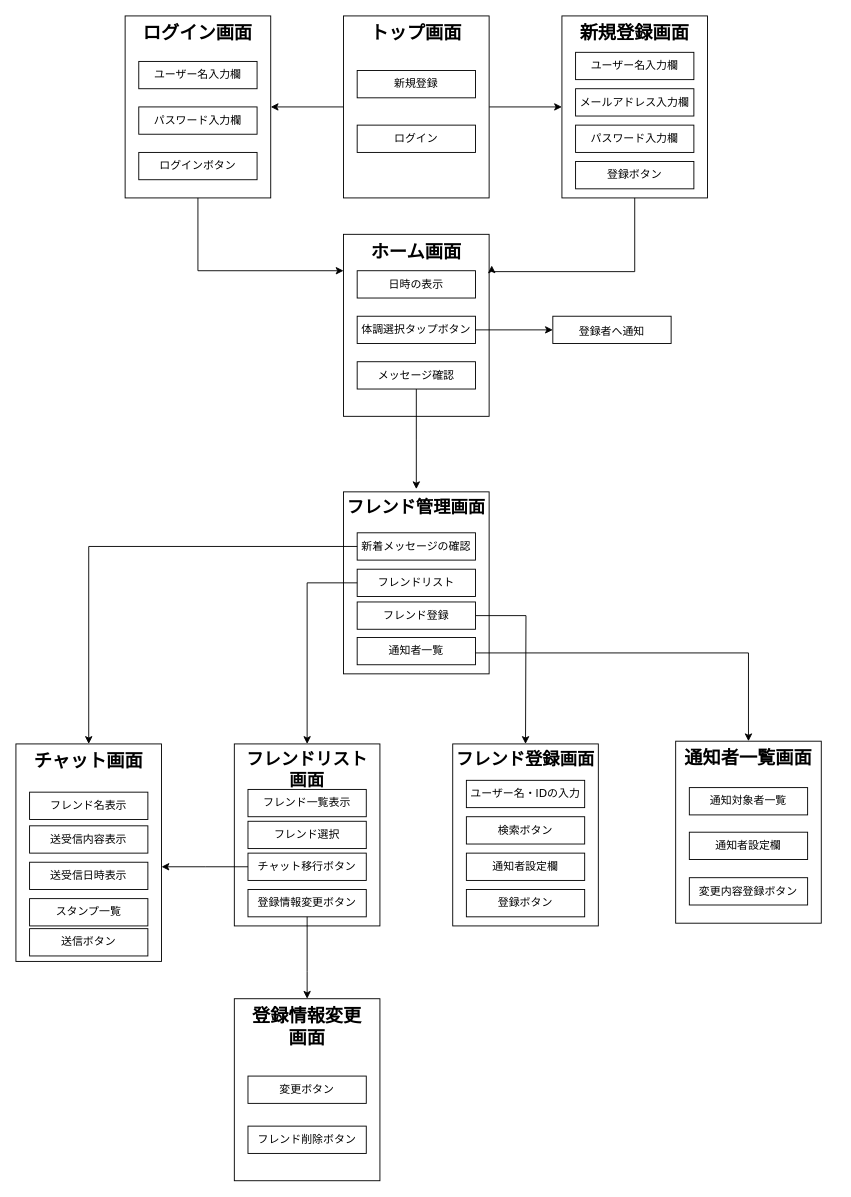
Above: 画面遷移図 .drawio in ht19ssts/- (draw.io), before the change. Source tidied: cells renumbered, new cells numbered last; positions are measured from the earlier drawing's top-left corner, leaving out a move shared by most shapes. Both pictures are drawn from the tidied source at 91%, with x=0, y=0 at pixel (15, 15).
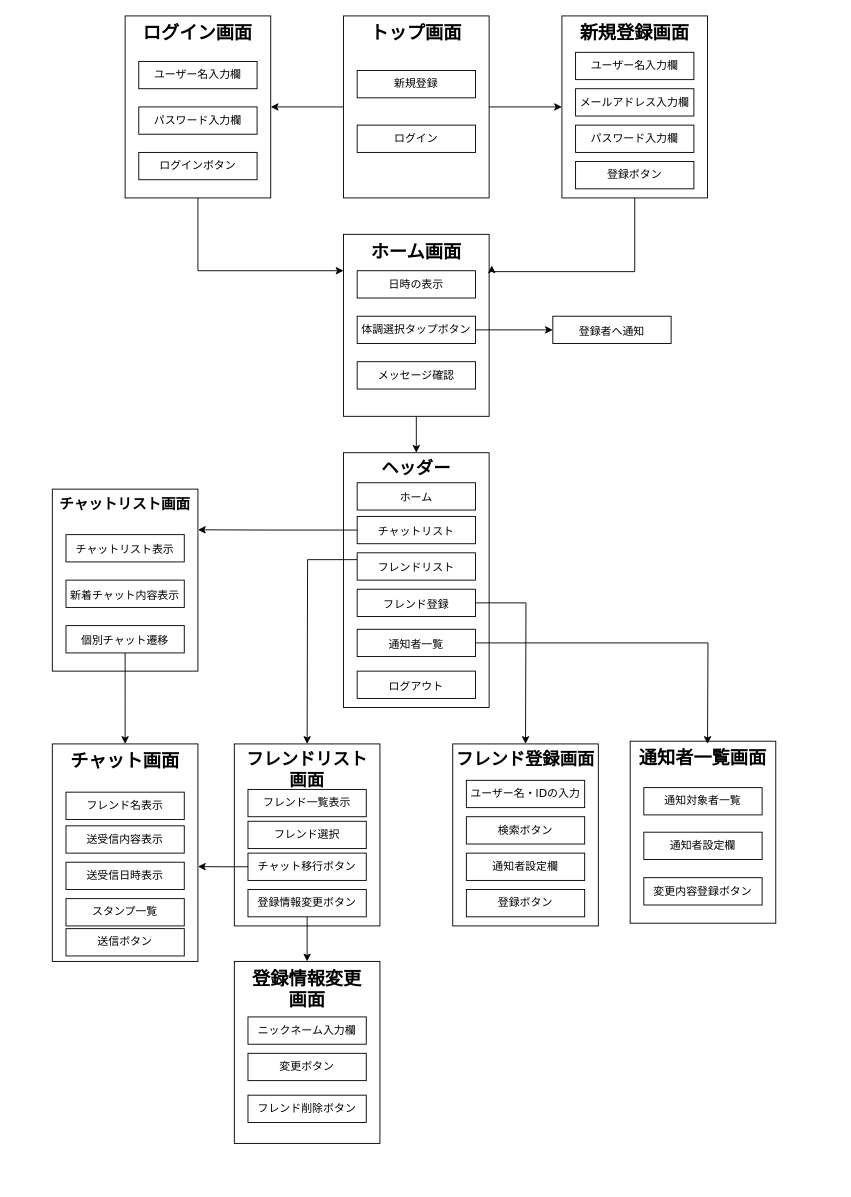
Above is the later version.

Commit message:
画面遷移図 .drawio を更新します

The change refers to these unchanged cells:
```xml
<mxCell id="2" value="&lt;b style=&quot;border-color: var(--border-color); color: rgb(0, 0, 0); font-family: Helvetica; font-style: normal; font-variant-ligatures: normal; font-variant-caps: normal; letter-spacing: normal; orphans: 2; text-indent: 0px; text-transform: none; widows: 2; word-spacing: 0px; -webkit-text-stroke-width: 0px; background-color: initial; text-decoration-thickness: initial; text-decoration-style: initial; text-decoration-color: initial; font-size: 12px; text-align: justify;&quot;&gt;&lt;font style=&quot;border-color: var(--border-color); font-size: 20px;&quot;&gt;ホーム画面&lt;/font&gt;&lt;/b&gt;&lt;br&gt;" style="rounded=0;whiteSpace=wrap;html=1;fontSize=16;verticalAlign=top;" parent="1" vertex="1">
  <mxGeometry x="360" y="240" width="160" height="200" as="geometry" />
</mxCell>
<mxCell id="23" value="メッセージ確認" style="rounded=0;whiteSpace=wrap;html=1;fillColor=#FFFFFF;strokeColor=#000000;" parent="1" vertex="1">
  <mxGeometry x="375" y="380" width="130" height="30" as="geometry" />
</mxCell>
<mxCell id="25" style="group;" parent="24" vertex="1">
  <mxGeometry x="-40" width="160" height="200" as="geometry" />
</mxCell>
<mxCell id="26" value="&lt;b style=&quot;border-color: var(--border-color); font-size: 12px; text-align: justify; background-color: initial;&quot;&gt;&lt;font style=&quot;border-color: var(--border-color); font-size: 20px;&quot;&gt;登録情報変更&lt;br&gt;画面&lt;/font&gt;&lt;/b&gt;" style="rounded=0;whiteSpace=wrap;html=1;fontSize=16;verticalAlign=top;" parent="25" vertex="1">
  <mxGeometry width="160" height="200" as="geometry" />
</mxCell>
<mxCell id="31" value="&lt;div style=&quot;text-align: justify;&quot;&gt;&lt;span style=&quot;background-color: initial; font-size: 20px;&quot;&gt;&lt;b&gt;通知者一覧画面&lt;/b&gt;&lt;/span&gt;&lt;/div&gt;" style="rounded=0;whiteSpace=wrap;html=1;fontSize=16;verticalAlign=top;" parent="30" vertex="1">
  <mxGeometry x="-15" y="10" width="160" height="200" as="geometry" />
</mxCell>
<mxCell id="42" style="group;" parent="1" vertex="1">
  <mxGeometry x="240" y="800" width="160" height="200" as="geometry" />
</mxCell>
<mxCell id="43" value="&lt;div style=&quot;font-size: 19px;&quot;&gt;&lt;font style=&quot;font-size: 19px;&quot;&gt;&lt;b style=&quot;&quot;&gt;フレンド&lt;/b&gt;&lt;b style=&quot;background-color: initial;&quot;&gt;リスト&lt;/b&gt;&lt;/font&gt;&lt;/div&gt;&lt;div style=&quot;font-size: 19px;&quot;&gt;&lt;b style=&quot;background-color: initial;&quot;&gt;&lt;font style=&quot;font-size: 19px;&quot;&gt;画面&lt;/font&gt;&lt;/b&gt;&lt;/div&gt;" style="rounded=0;whiteSpace=wrap;html=1;fontSize=16;verticalAlign=top;align=center;" parent="42" vertex="1">
  <mxGeometry width="160" height="200" as="geometry" />
</mxCell>
<mxCell id="46" value="チャット移行ボタン" style="rounded=0;whiteSpace=wrap;html=1;fillColor=#FFFFFF;strokeColor=#000000;" parent="42" vertex="1">
  <mxGeometry x="15" y="120" width="130" height="30" as="geometry" />
</mxCell>
<mxCell id="47" value="登録情報変更ボタン" style="rounded=0;whiteSpace=wrap;html=1;fillColor=#FFFFFF;strokeColor=#000000;" parent="42" vertex="1">
  <mxGeometry x="15" y="160" width="130" height="30" as="geometry" />
</mxCell>
<mxCell id="55" value="&lt;div style=&quot;text-align: justify;&quot;&gt;&lt;span style=&quot;background-color: initial; font-size: 20px;&quot;&gt;&lt;b&gt;チャット画面&lt;/b&gt;&lt;/span&gt;&lt;/div&gt;" style="rounded=0;whiteSpace=wrap;html=1;fontSize=16;verticalAlign=top;" parent="54" vertex="1">
  <mxGeometry width="160" height="239" as="geometry" />
</mxCell>
```

Diff of the diagram source:
```diff
@@
+    <mxCell id="68" style="edgeStyle=orthogonalEdgeStyle;rounded=0;jettySize=auto;html=1;exitX=0.5;exitY=1;exitDx=0;exitDy=0;entryX=0.5;entryY=0;entryDx=0;entryDy=0;" parent="1" edge="1" source="2" target="36">
+      <mxGeometry relative="1" as="geometry" />
+    </mxCell>
@@
-    <mxCell id="22" style="edgeStyle=orthogonalEdgeStyle;rounded=0;jettySize=auto;html=1;" parent="1" edge="1" source="23">
-      <mxGeometry relative="1" as="geometry">
-        <mxPoint x="440" y="520" as="targetPoint" />
-      </mxGeometry>
-    </mxCell>
@@
     <mxCell id="24" style="group;" parent="1" vertex="1">
-      <mxGeometry x="280" y="1080" width="160" height="200" as="geometry" />
+      <mxGeometry x="280" y="1039" width="160" height="200" as="geometry" />
     </mxCell>
@@
     <mxCell id="28" value="変更ボタン" style="rounded=0;whiteSpace=wrap;html=1;fillColor=#FFFFFF;strokeColor=#000000;" parent="25" vertex="1">
-      <mxGeometry x="15" y="85" width="130" height="30" as="geometry" />
+      <mxGeometry x="15" y="101" width="130" height="30" as="geometry" />
     </mxCell>
     <mxCell id="29" value="フレンド削除ボタン" style="rounded=0;whiteSpace=wrap;html=1;fillColor=#FFFFFF;strokeColor=#000000;" parent="25" vertex="1">
-      <mxGeometry x="15" y="140" width="130" height="30" as="geometry" />
+      <mxGeometry x="15" y="147" width="130" height="30" as="geometry" />
     </mxCell>
+    <mxCell id="69" value="ニックネーム入力欄" style="rounded=0;whiteSpace=wrap;html=1;fillColor=#FFFFFF;strokeColor=#000000;" parent="25" vertex="1">
+      <mxGeometry x="15" y="61" width="130" height="30" as="geometry" />
+    </mxCell>
     <mxCell id="30" style="group;" parent="1" vertex="1">
-      <mxGeometry x="740" y="787" width="160" height="200" as="geometry" />
+      <mxGeometry x="690" y="787" width="160" height="200" as="geometry" />
     </mxCell>
@@
-    <mxCell id="35" style="group;" parent="1" vertex="1">
-      <mxGeometry x="360" y="523" width="160" height="200" as="geometry" />
-    </mxCell>
-    <mxCell id="36" value="&lt;b style=&quot;border-color: var(--border-color); font-size: 19px; text-align: justify;&quot;&gt;フレンド管理画面&lt;/b&gt;" style="rounded=0;whiteSpace=wrap;html=1;fontSize=16;verticalAlign=top;" parent="35" vertex="1">
-      <mxGeometry width="160" height="200" as="geometry" />
-    </mxCell>
-    <mxCell id="37" value="新着メッセージの確認" style="rounded=0;whiteSpace=wrap;html=1;fillColor=#FFFFFF;strokeColor=#000000;" parent="35" vertex="1">
-      <mxGeometry x="15" y="45" width="130" height="30" as="geometry" />
-    </mxCell>
-    <mxCell id="38" value="フレンドリスト" style="rounded=0;whiteSpace=wrap;html=1;fillColor=#FFFFFF;strokeColor=#000000;" parent="35" vertex="1">
-      <mxGeometry x="15" y="85" width="130" height="30" as="geometry" />
-    </mxCell>
-    <mxCell id="39" style="edgeStyle=orthogonalEdgeStyle;rounded=0;jettySize=auto;html=1;" parent="35" edge="1" source="40">
-      <mxGeometry relative="1" as="geometry">
-        <mxPoint x="200" y="277" as="targetPoint" />
-      </mxGeometry>
-    </mxCell>
-    <mxCell id="40" value="フレンド登録" style="rounded=0;whiteSpace=wrap;html=1;fillColor=#FFFFFF;strokeColor=#000000;" parent="35" vertex="1">
-      <mxGeometry x="15" y="121" width="130" height="30" as="geometry" />
-    </mxCell>
-    <mxCell id="41" value="通知者一覧" style="rounded=0;whiteSpace=wrap;html=1;fillColor=#FFFFFF;strokeColor=#000000;" parent="35" vertex="1">
-      <mxGeometry x="15" y="160" width="130" height="30" as="geometry" />
-    </mxCell>
@@
-    <mxCell id="45" style="edgeStyle=orthogonalEdgeStyle;rounded=0;jettySize=auto;html=1;" parent="42" edge="1" source="46">
-      <mxGeometry relative="1" as="geometry">
-        <mxPoint x="-80" y="135" as="targetPoint" />
-      </mxGeometry>
-    </mxCell>
@@
-    <mxCell id="49" style="edgeStyle=orthogonalEdgeStyle;rounded=0;jettySize=auto;html=1;" parent="1" edge="1" source="37" target="55">
-      <mxGeometry relative="1" as="geometry" />
-    </mxCell>
-    <mxCell id="50" style="edgeStyle=orthogonalEdgeStyle;rounded=0;jettySize=auto;html=1;entryX=0.5;entryY=0;entryDx=0;entryDy=0;" parent="1" edge="1" source="41" target="31">
-      <mxGeometry relative="1" as="geometry">
-        <Array as="points">
-          <mxPoint x="805" y="700" />
-        </Array>
-      </mxGeometry>
-    </mxCell>
-    <mxCell id="51" style="edgeStyle=orthogonalEdgeStyle;rounded=0;jettySize=auto;html=1;" parent="1" edge="1" source="47">
-      <mxGeometry relative="1" as="geometry">
-        <mxPoint x="320" y="1080" as="targetPoint" />
-        <Array as="points">
-          <mxPoint x="320" y="1050" />
-          <mxPoint x="320" y="1050" />
-        </Array>
-      </mxGeometry>
-    </mxCell>
@@
     <mxCell id="54" style="group;" parent="1" vertex="1">
-      <mxGeometry y="800" width="160" height="239" as="geometry" />
+      <mxGeometry x="40" y="800" width="160" height="239" as="geometry" />
     </mxCell>
@@
-    <mxCell id="67" style="edgeStyle=orthogonalEdgeStyle;rounded=0;jettySize=auto;html=1;entryX=0.5;entryY=0;entryDx=0;entryDy=0;" parent="1" edge="1" source="38" target="43">
-      <mxGeometry relative="1" as="geometry">
-        <Array as="points">
-          <mxPoint x="320" y="623" />
-        </Array>
-      </mxGeometry>
-    </mxCell>
+    <mxCell id="36" value="&lt;div style=&quot;text-align: justify;&quot;&gt;&lt;span style=&quot;background-color: initial; font-size: 19px;&quot;&gt;&lt;b&gt;ヘッダー&lt;/b&gt;&lt;/span&gt;&lt;/div&gt;" style="rounded=0;whiteSpace=wrap;html=1;fontSize=16;verticalAlign=top;" parent="1" vertex="1">
+      <mxGeometry x="360" y="480" width="160" height="280" as="geometry" />
+    </mxCell>
+    <mxCell id="70" value="&lt;div style=&quot;text-align: justify;&quot;&gt;&lt;span style=&quot;font-size: 12px;&quot;&gt;ホーム&lt;/span&gt;&lt;/div&gt;" style="rounded=0;whiteSpace=wrap;html=1;fontSize=16;fillColor=#FFFFFF;strokeColor=#000000;" parent="1" vertex="1">
+      <mxGeometry x="375" y="513" width="130" height="30" as="geometry" />
+    </mxCell>
+    <mxCell id="71" style="edgeStyle=orthogonalEdgeStyle;rounded=0;jettySize=auto;html=1;exitX=0;exitY=0.25;exitDx=0;exitDy=0;" parent="1" edge="1" source="38">
+      <mxGeometry relative="1" as="geometry">
+        <mxPoint x="320" y="800" as="targetPoint" />
+      </mxGeometry>
+    </mxCell>
+    <mxCell id="38" value="&lt;div style=&quot;text-align: justify;&quot;&gt;&lt;span style=&quot;font-size: 12px; text-align: center;&quot;&gt;フレンドリスト&lt;/span&gt;&lt;br&gt;&lt;/div&gt;" style="rounded=0;whiteSpace=wrap;html=1;fontSize=16;fillColor=#FFFFFF;strokeColor=#000000;" parent="1" vertex="1">
+      <mxGeometry x="375" y="590" width="130" height="30" as="geometry" />
+    </mxCell>
+    <mxCell id="72" style="edgeStyle=orthogonalEdgeStyle;rounded=0;jettySize=auto;html=1;exitX=0;exitY=0.5;exitDx=0;exitDy=0;" parent="1" edge="1" source="73">
+      <mxGeometry relative="1" as="geometry">
+        <mxPoint x="200" y="564.7" as="targetPoint" />
+      </mxGeometry>
+    </mxCell>
+    <mxCell id="73" value="&lt;div style=&quot;text-align: justify;&quot;&gt;&lt;span style=&quot;font-size: 12px; text-align: center;&quot;&gt;チャットリスト&lt;/span&gt;&lt;br&gt;&lt;/div&gt;" style="rounded=0;whiteSpace=wrap;html=1;fontSize=16;fillColor=#FFFFFF;strokeColor=#000000;" parent="1" vertex="1">
+      <mxGeometry x="375" y="550" width="130" height="30" as="geometry" />
+    </mxCell>
+    <mxCell id="74" style="edgeStyle=orthogonalEdgeStyle;rounded=0;jettySize=auto;html=1;exitX=1;exitY=0.5;exitDx=0;exitDy=0;" parent="1" edge="1" source="40">
+      <mxGeometry relative="1" as="geometry">
+        <mxPoint x="560" y="800" as="targetPoint" />
+      </mxGeometry>
+    </mxCell>
+    <mxCell id="40" value="&lt;div style=&quot;text-align: justify;&quot;&gt;&lt;span style=&quot;font-size: 12px; text-align: center;&quot;&gt;フレンド登録&lt;/span&gt;&lt;br&gt;&lt;/div&gt;" style="rounded=0;whiteSpace=wrap;html=1;fontSize=16;fillColor=#FFFFFF;strokeColor=#000000;" parent="1" vertex="1">
+      <mxGeometry x="375" y="630" width="130" height="30" as="geometry" />
+    </mxCell>
+    <mxCell id="75" style="edgeStyle=orthogonalEdgeStyle;rounded=0;jettySize=auto;html=1;exitX=1;exitY=0.5;exitDx=0;exitDy=0;" parent="1" edge="1" source="41">
+      <mxGeometry relative="1" as="geometry">
+        <mxPoint x="760" y="800" as="targetPoint" />
+      </mxGeometry>
+    </mxCell>
+    <mxCell id="41" value="&lt;div style=&quot;text-align: justify;&quot;&gt;&lt;span style=&quot;font-size: 12px; text-align: center;&quot;&gt;通知者一覧&lt;/span&gt;&lt;br&gt;&lt;/div&gt;" style="rounded=0;whiteSpace=wrap;html=1;fontSize=16;fillColor=#FFFFFF;strokeColor=#000000;" parent="1" vertex="1">
+      <mxGeometry x="375" y="674" width="130" height="30" as="geometry" />
+    </mxCell>
+    <mxCell id="76" value="&lt;div style=&quot;text-align: justify;&quot;&gt;&lt;span style=&quot;font-size: 12px;&quot;&gt;ログアウト&lt;/span&gt;&lt;/div&gt;" style="rounded=0;whiteSpace=wrap;html=1;fontSize=16;fillColor=#FFFFFF;strokeColor=#000000;" parent="1" vertex="1">
+      <mxGeometry x="375" y="720" width="130" height="30" as="geometry" />
+    </mxCell>
+    <mxCell id="77" style="group;" parent="1" vertex="1">
+      <mxGeometry x="40" y="520" width="160" height="200" as="geometry" />
+    </mxCell>
+    <mxCell id="78" value="&lt;b&gt;チャットリスト画面&lt;/b&gt;" style="rounded=0;whiteSpace=wrap;html=1;fontSize=16;verticalAlign=top;" parent="77" vertex="1">
+      <mxGeometry width="160" height="200" as="geometry" />
+    </mxCell>
+    <mxCell id="79" style="edgeStyle=orthogonalEdgeStyle;rounded=0;jettySize=auto;html=1;exitX=0.5;exitY=1;exitDx=0;exitDy=0;" parent="77" edge="1" source="80">
+      <mxGeometry relative="1" as="geometry">
+        <mxPoint x="80" y="280" as="targetPoint" />
+      </mxGeometry>
+    </mxCell>
+    <mxCell id="80" value="&lt;div style=&quot;text-align: justify;&quot;&gt;&lt;span style=&quot;font-size: 12px;&quot;&gt;個別チャット遷移&lt;/span&gt;&lt;/div&gt;" style="rounded=0;whiteSpace=wrap;html=1;fontSize=16;fillColor=#FFFFFF;strokeColor=#000000;" parent="77" vertex="1">
+      <mxGeometry x="15" y="150" width="130" height="30" as="geometry" />
+    </mxCell>
+    <mxCell id="81" value="&lt;div style=&quot;text-align: justify;&quot;&gt;&lt;span style=&quot;background-color: initial; font-size: 12px;&quot;&gt;チャットリスト表示&lt;/span&gt;&lt;/div&gt;" style="rounded=0;whiteSpace=wrap;html=1;fontSize=16;fillColor=#FFFFFF;strokeColor=#000000;" parent="77" vertex="1">
+      <mxGeometry x="15" y="50" width="130" height="30" as="geometry" />
+    </mxCell>
+    <mxCell id="82" value="&lt;div style=&quot;text-align: justify;&quot;&gt;&lt;span style=&quot;font-size: 12px;&quot;&gt;新着チャット内容表示&lt;/span&gt;&lt;/div&gt;" style="rounded=0;whiteSpace=wrap;html=1;fontSize=16;fillColor=#FFFFFF;strokeColor=#000000;" parent="77" vertex="1">
+      <mxGeometry x="15" y="100" width="130" height="30" as="geometry" />
+    </mxCell>
+    <mxCell id="83" style="edgeStyle=orthogonalEdgeStyle;rounded=0;jettySize=auto;html=1;exitX=0;exitY=0.5;exitDx=0;exitDy=0;entryX=1;entryY=0.564;entryDx=0;entryDy=0;entryPerimeter=0;" parent="1" edge="1" source="46" target="55">
+      <mxGeometry relative="1" as="geometry" />
+    </mxCell>
+    <mxCell id="84" style="edgeStyle=orthogonalEdgeStyle;rounded=0;jettySize=auto;html=1;exitX=0.5;exitY=1;exitDx=0;exitDy=0;entryX=0.5;entryY=0;entryDx=0;entryDy=0;" parent="1" edge="1" source="47" target="26">
+      <mxGeometry relative="1" as="geometry" />
+    </mxCell>
```
